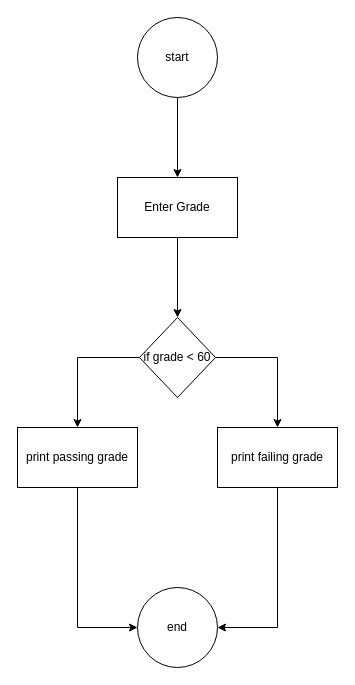
Earlier version of the draw.io diagram charts/Untitled Diagram.drawio (IzzyDotExe/flow-charts). Source tidied: cells renumbered, new cells numbered last; positions are measured from the earlier drawing's top-left corner, leaving out a move shared by most shapes. Both pictures are drawn from the tidied source at 100%, with x=0, y=0 at pixel (17, 17).
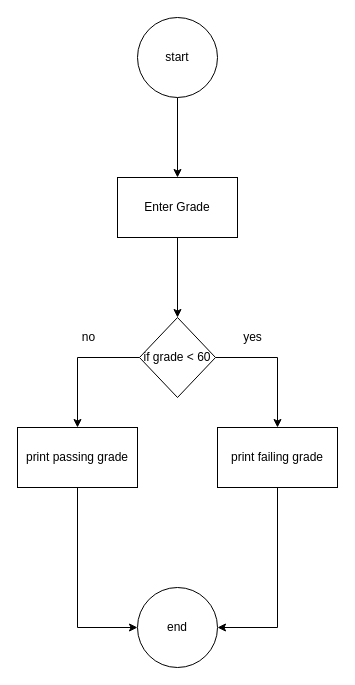
After the change.

Diff of the diagram source:
```diff
@@
 <mxGraphModel>
   <root>
     <mxCell id="0" />
     <mxCell id="1" parent="0" />
     <mxCell id="2" style="edgeStyle=orthogonalEdgeStyle;rounded=0;jettySize=auto;html=1;exitX=0.5;exitY=1;exitDx=0;exitDy=0;entryX=0.5;entryY=0;entryDx=0;entryDy=0;" parent="1" edge="1" source="3" target="6">
       <mxGeometry relative="1" as="geometry" />
     </mxCell>
     <mxCell id="3" value="Enter Grade" style="rounded=0;whiteSpace=wrap;html=1;" parent="1" vertex="1">
       <mxGeometry x="100" y="160" width="120" height="60" as="geometry" />
     </mxCell>
     <mxCell id="4" style="edgeStyle=orthogonalEdgeStyle;rounded=0;jettySize=auto;html=1;exitX=1;exitY=0.5;exitDx=0;exitDy=0;entryX=0.5;entryY=0;entryDx=0;entryDy=0;" parent="1" edge="1" source="6" target="8">
       <mxGeometry relative="1" as="geometry" />
     </mxCell>
     <mxCell id="5" style="edgeStyle=orthogonalEdgeStyle;rounded=0;jettySize=auto;html=1;exitX=0;exitY=0.5;exitDx=0;exitDy=0;entryX=0.5;entryY=0;entryDx=0;entryDy=0;" parent="1" edge="1" source="6" target="10">
       <mxGeometry relative="1" as="geometry" />
     </mxCell>
     <mxCell id="6" value="if grade &amp;lt; 60" style="rhombus;whiteSpace=wrap;html=1;" parent="1" vertex="1">
       <mxGeometry x="122" y="300" width="76" height="80" as="geometry" />
     </mxCell>
     <mxCell id="7" style="edgeStyle=orthogonalEdgeStyle;rounded=0;jettySize=auto;html=1;exitX=0.5;exitY=1;exitDx=0;exitDy=0;entryX=1;entryY=0.5;entryDx=0;entryDy=0;" parent="1" edge="1" source="8" target="13">
       <mxGeometry relative="1" as="geometry" />
     </mxCell>
     <mxCell id="8" value="print failing grade" style="rounded=0;whiteSpace=wrap;html=1;" parent="1" vertex="1">
       <mxGeometry x="200" y="410" width="120" height="60" as="geometry" />
     </mxCell>
     <mxCell id="9" style="edgeStyle=orthogonalEdgeStyle;rounded=0;jettySize=auto;html=1;exitX=0.5;exitY=1;exitDx=0;exitDy=0;entryX=0;entryY=0.5;entryDx=0;entryDy=0;" parent="1" edge="1" source="10" target="13">
       <mxGeometry relative="1" as="geometry" />
     </mxCell>
     <mxCell id="10" value="print passing grade" style="rounded=0;whiteSpace=wrap;html=1;" parent="1" vertex="1">
       <mxGeometry y="410" width="120" height="60" as="geometry" />
     </mxCell>
     <mxCell id="11" style="edgeStyle=orthogonalEdgeStyle;rounded=0;jettySize=auto;html=1;exitX=0.5;exitY=1;exitDx=0;exitDy=0;entryX=0.5;entryY=0;entryDx=0;entryDy=0;" parent="1" edge="1" source="12" target="3">
       <mxGeometry relative="1" as="geometry" />
     </mxCell>
     <mxCell id="12" value="start" style="ellipse;whiteSpace=wrap;html=1;" parent="1" vertex="1">
       <mxGeometry x="120" width="80" height="80" as="geometry" />
     </mxCell>
     <mxCell id="13" value="end" style="ellipse;whiteSpace=wrap;html=1;" parent="1" vertex="1">
       <mxGeometry x="120" y="570" width="80" height="80" as="geometry" />
     </mxCell>
+    <mxCell id="14" value="yes" style="text;html=1;align=center;verticalAlign=middle;strokeColor=none;" parent="1" vertex="1">
+      <mxGeometry x="220" y="310" width="30" height="20" as="geometry" />
+    </mxCell>
+    <mxCell id="15" value="no" style="text;html=1;align=center;verticalAlign=middle;strokeColor=none;" parent="1" vertex="1">
+      <mxGeometry x="56" y="310" width="30" height="20" as="geometry" />
+    </mxCell>
   </root>
 </mxGraphModel>
```
